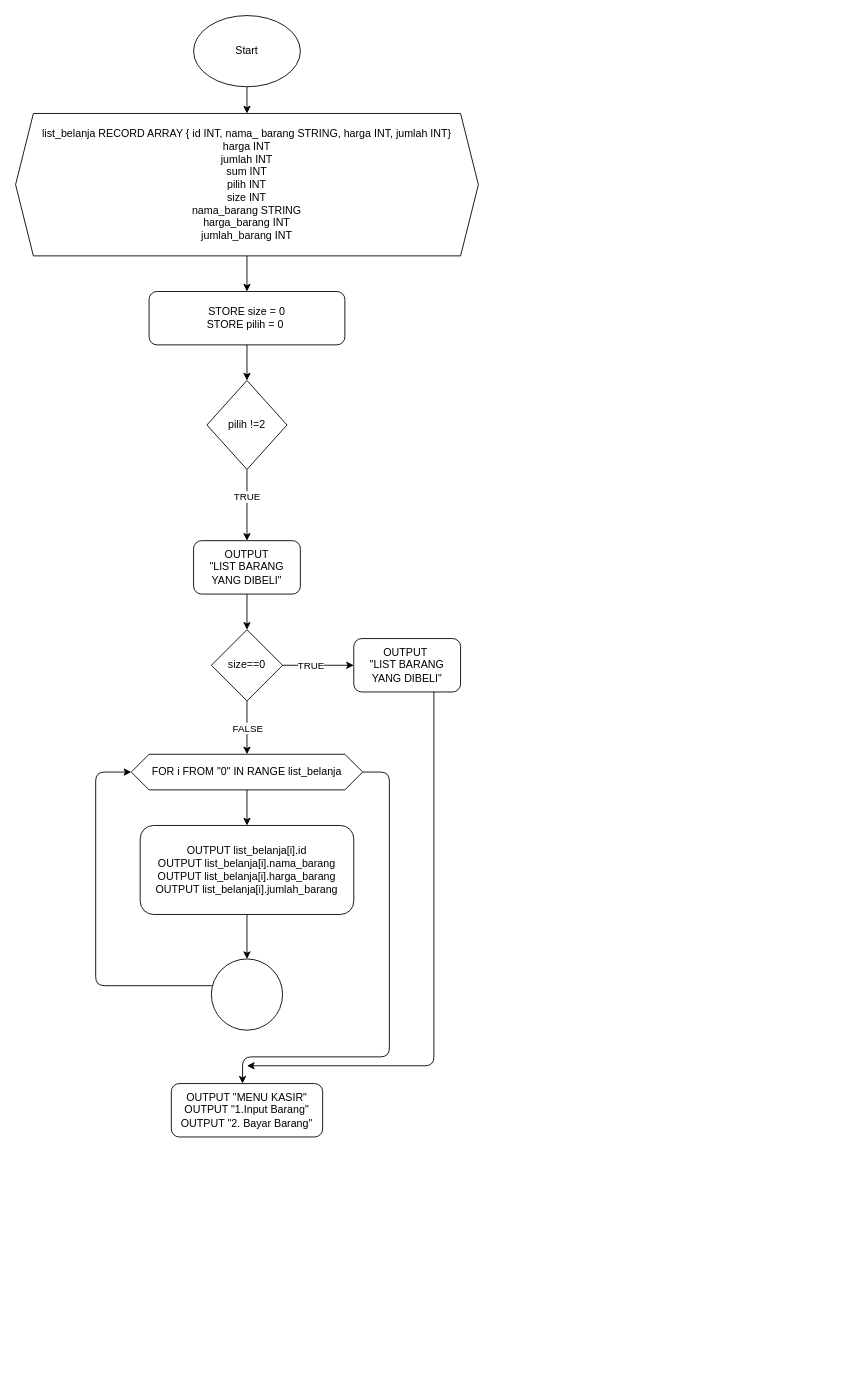
This is flowchart_kasir_elektronik_app.drawio from amaliafanda97/amalia_fandaning_tyas-kasir_elektronik_app, a draw.io file, before an edit. Source tidied: cells renumbered, new cells numbered last; positions are measured from the earlier drawing's top-left corner, leaving out a move shared by most shapes. Both pictures are drawn from the tidied source at 89%, with x=0, y=0 at pixel (15, 15).
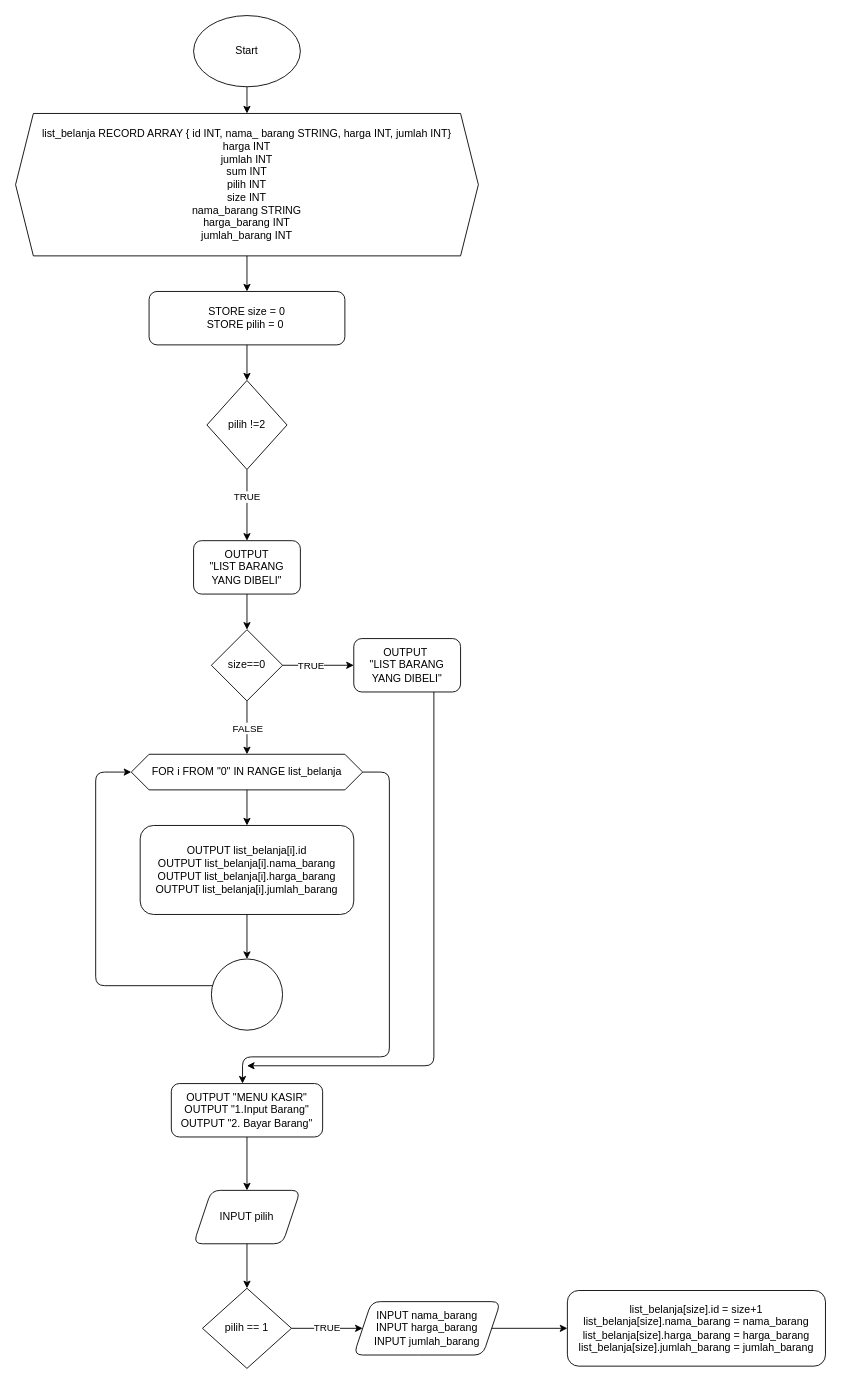
After the change.

Commit message:
menambahkan alur diagram input barang belanja

Unchanged cells that the change refers to:
```xml
<mxCell id="27" value="OUTPUT &quot;MENU KASIR&quot;&lt;br&gt;OUTPUT &quot;1.Input Barang&quot;&lt;br&gt;OUTPUT &quot;2. Bayar Barang&quot;" style="rounded=1;whiteSpace=wrap;html=1;strokeWidth=1;fillColor=none;" parent="1" vertex="1">
  <mxGeometry x="175" y="1200" width="170" height="60" as="geometry" />
</mxCell>
```

What changed in the source:
```diff
@@
+    <mxCell id="28" style="edgeStyle=orthogonalEdgeStyle;html=1;" parent="1" edge="1" source="27" target="30">
+      <mxGeometry relative="1" as="geometry" />
+    </mxCell>
@@
+    <mxCell id="29" style="edgeStyle=orthogonalEdgeStyle;html=1;" parent="1" edge="1" source="30" target="32">
+      <mxGeometry relative="1" as="geometry" />
+    </mxCell>
+    <mxCell id="30" value="INPUT pilih" style="shape=parallelogram;perimeter=parallelogramPerimeter;whiteSpace=wrap;html=1;fixedSize=1;fillColor=none;rounded=1;strokeWidth=1;" parent="1" vertex="1">
+      <mxGeometry x="200" y="1320" width="120" height="60" as="geometry" />
+    </mxCell>
+    <mxCell id="31" value="TRUE" style="edgeStyle=orthogonalEdgeStyle;html=1;entryX=0;entryY=0.5;entryDx=0;entryDy=0;" parent="1" edge="1" source="32" target="34">
+      <mxGeometry relative="1" as="geometry" />
+    </mxCell>
+    <mxCell id="32" value="pilih == 1" style="rhombus;whiteSpace=wrap;html=1;strokeWidth=1;fillColor=none;" parent="1" vertex="1">
+      <mxGeometry x="210" y="1430" width="100" height="90" as="geometry" />
+    </mxCell>
+    <mxCell id="33" style="edgeStyle=orthogonalEdgeStyle;html=1;" parent="1" edge="1" source="34" target="35">
+      <mxGeometry relative="1" as="geometry" />
+    </mxCell>
+    <mxCell id="34" value="INPUT nama_barang&lt;br&gt;INPUT harga_barang&lt;br&gt;INPUT jumlah_barang" style="shape=parallelogram;perimeter=parallelogramPerimeter;whiteSpace=wrap;html=1;fixedSize=1;fillColor=none;rounded=1;strokeWidth=1;" parent="1" vertex="1">
+      <mxGeometry x="380" y="1445" width="165" height="60" as="geometry" />
+    </mxCell>
+    <mxCell id="35" value="list_belanja[size].id = size+1&lt;br&gt;list_belanja[size].nama_barang = nama_barang&lt;br&gt;list_belanja[size].harga_barang = harga_barang&lt;br&gt;list_belanja[size].jumlah_barang = jumlah_barang" style="rounded=1;whiteSpace=wrap;html=1;fillColor=none;strokeWidth=1;" parent="1" vertex="1">
+      <mxGeometry x="620" y="1432.5" width="290" height="85" as="geometry" />
+    </mxCell>
```
